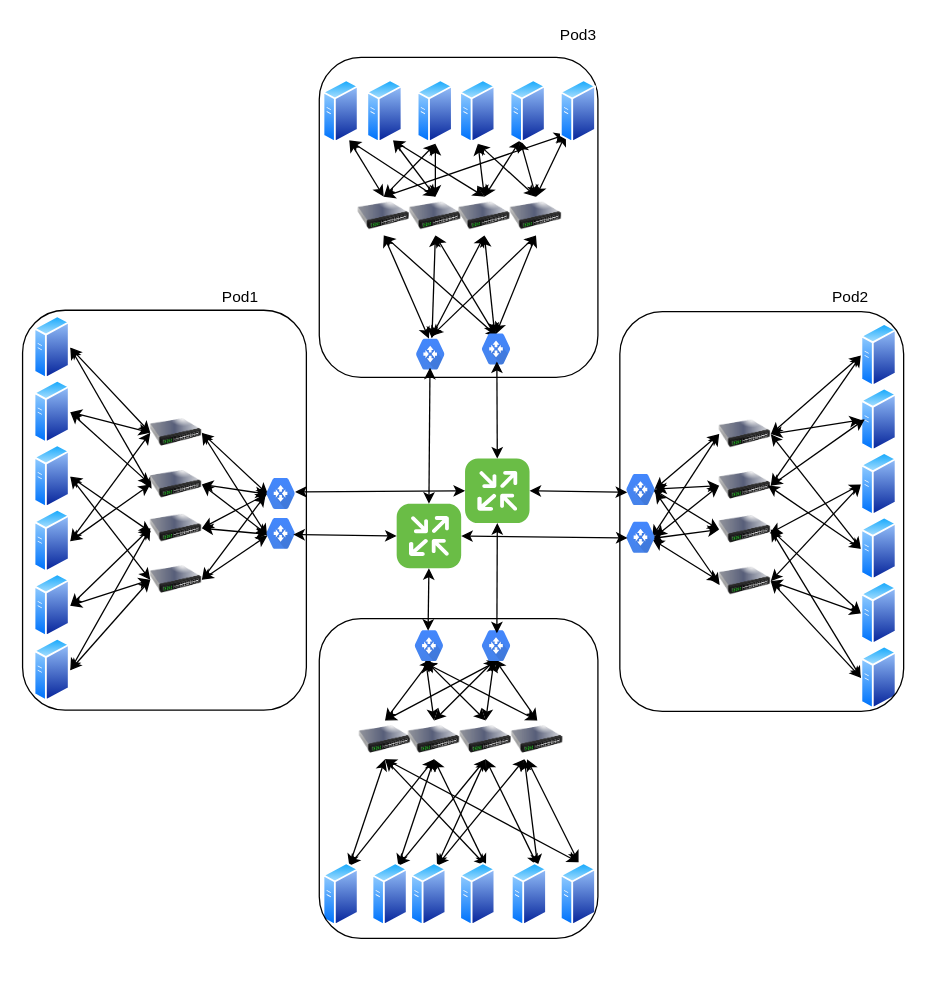
The draw.io diagram pingmesh-path.drawio in sugchand/drawio, before the edit. Source tidied: cells renumbered, new cells numbered last; positions are measured from the earlier drawing's top-left corner, leaving out a move shared by most shapes. Both pictures are drawn from the tidied source at 129%, with x=0, y=0 at pixel (22, 22).
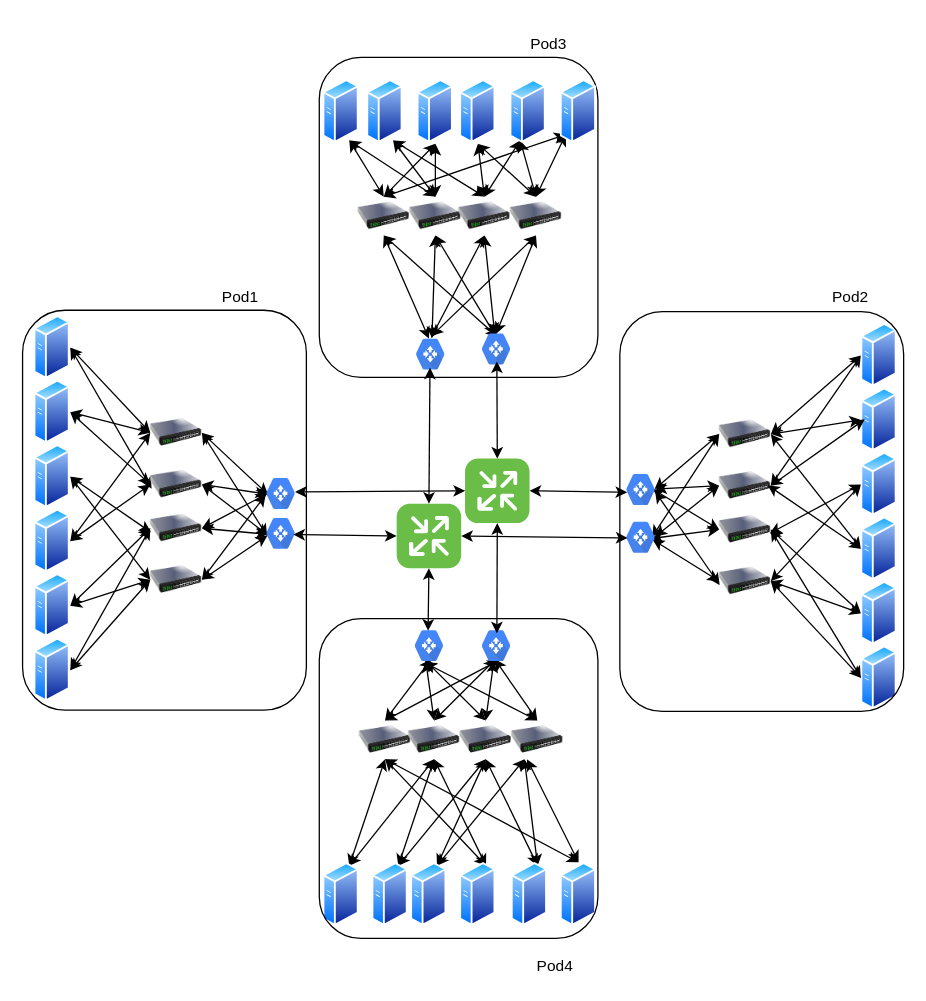
The same page after the edit.

Change to the diagram source:
```diff
@@
     <mxCell id="145" value="Pod3" style="text;html=1;strokeColor=none;fillColor=none;align=center;verticalAlign=middle;whiteSpace=wrap;rounded=0;" parent="1" vertex="1">
-      <mxGeometry x="411" width="40" height="20" as="geometry" />
+      <mxGeometry x="388" y="7" width="40" height="20" as="geometry" />
     </mxCell>
@@
+    <mxCell id="147" value="Pod4" style="text;html=1;strokeColor=none;fillColor=none;align=center;verticalAlign=middle;whiteSpace=wrap;rounded=0;" parent="1" vertex="1">
+      <mxGeometry x="393" y="722" width="40" height="20" as="geometry" />
+    </mxCell>
```
